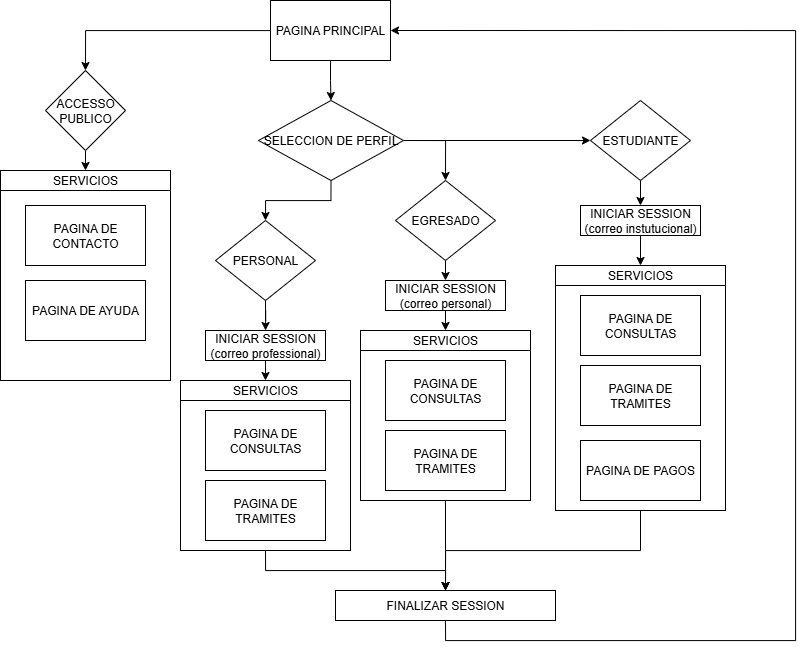
This is diagrama_flujo.drawio.png from F4JOV/uady-sig-dgjn, a draw.io export, as it was before one commit. Source tidied: cells renumbered, new cells last; positions are measured from the earlier drawing's top-left corner, leaving out a move shared by most shapes.
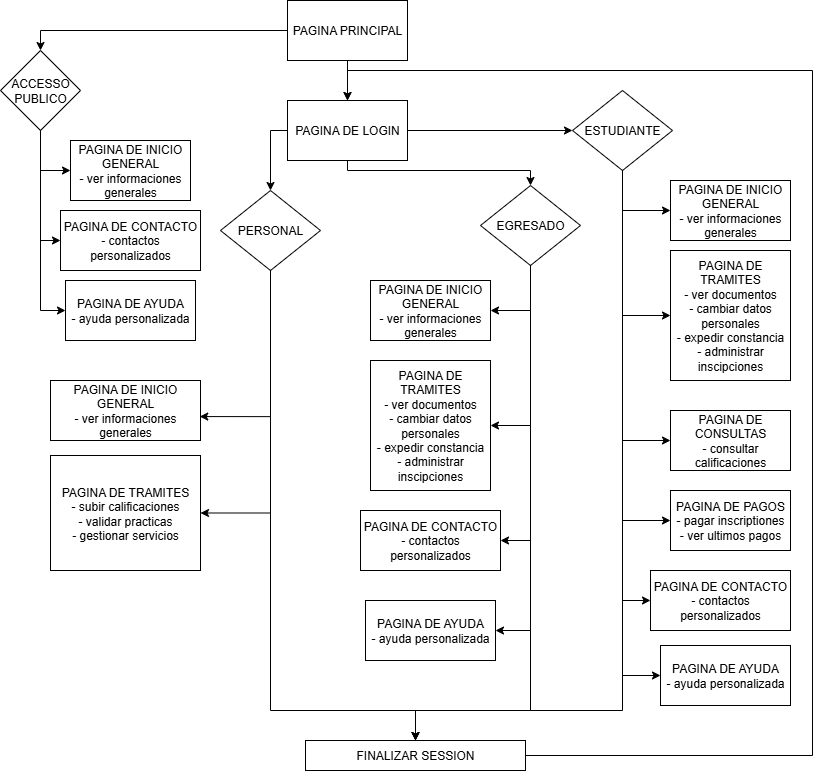
Later version of the same file.

What changed in the source:
```diff
@@ -5,137 +5,170 @@
     <mxCell id="2" style="edgeStyle=orthogonalEdgeStyle;rounded=0;jettySize=auto;html=1;entryX=0.5;entryY=0;entryDx=0;entryDy=0;" parent="1" edge="1" source="4" target="7">
       <mxGeometry relative="1" as="geometry" />
     </mxCell>
-    <mxCell id="3" style="edgeStyle=orthogonalEdgeStyle;rounded=0;jettySize=auto;html=1;" parent="1" edge="1" source="4" target="11">
+    <mxCell id="3" style="edgeStyle=orthogonalEdgeStyle;rounded=0;jettySize=auto;html=1;entryX=0.5;entryY=0;entryDx=0;entryDy=0;" parent="1" edge="1" source="4" target="45">
       <mxGeometry relative="1" as="geometry" />
     </mxCell>
     <mxCell id="4" value="PAGINA PRINCIPAL" style="rounded=0;whiteSpace=wrap;html=1;" parent="1" vertex="1">
       <mxGeometry x="270" width="120" height="60" as="geometry" />
     </mxCell>
-    <mxCell id="5" style="rounded=0;html=1;align=center;whiteSpace=wrap;labelPosition=center;verticalLabelPosition=middle;verticalAlign=middle;" parent="1" vertex="1">
-      <mxGeometry y="170" width="170" height="210" as="geometry" />
-    </mxCell>
-    <mxCell id="6" style="edgeStyle=orthogonalEdgeStyle;rounded=0;jettySize=auto;html=1;exitX=0.5;exitY=1;exitDx=0;exitDy=0;entryX=0.5;entryY=0;entryDx=0;entryDy=0;" parent="1" edge="1" source="7" target="5">
+    <mxCell id="6" style="edgeStyle=orthogonalEdgeStyle;rounded=0;jettySize=auto;html=1;exitX=0.5;exitY=1;exitDx=0;exitDy=0;entryX=0;entryY=0.5;entryDx=0;entryDy=0;" parent="1" edge="1" source="7" target="57">
       <mxGeometry relative="1" as="geometry" />
     </mxCell>
     <mxCell id="7" value="ACCESSO PUBLICO" style="rhombus;whiteSpace=wrap;html=1;" parent="1" vertex="1">
-      <mxGeometry x="45" y="70" width="80" height="80" as="geometry" />
+      <mxGeometry x="-17" y="50" width="80" height="80" as="geometry" />
     </mxCell>
-    <mxCell id="8" style="edgeStyle=orthogonalEdgeStyle;rounded=0;jettySize=auto;html=1;exitX=1;exitY=0.5;exitDx=0;exitDy=0;" parent="1" edge="1" source="11" target="13">
+    <mxCell id="8" style="edgeStyle=orthogonalEdgeStyle;rounded=0;jettySize=auto;html=1;exitX=1;exitY=0.5;exitDx=0;exitDy=0;" parent="1" edge="1" source="45" target="13">
       <mxGeometry relative="1" as="geometry" />
     </mxCell>
-    <mxCell id="9" style="edgeStyle=orthogonalEdgeStyle;rounded=0;jettySize=auto;html=1;entryX=0.5;entryY=0;entryDx=0;entryDy=0;exitX=1;exitY=0.5;exitDx=0;exitDy=0;" parent="1" edge="1" source="11" target="15">
-      <mxGeometry relative="1" as="geometry" />
+    <mxCell id="9" style="edgeStyle=orthogonalEdgeStyle;rounded=0;jettySize=auto;html=1;entryX=0.5;entryY=0;entryDx=0;entryDy=0;exitX=0.5;exitY=1;exitDx=0;exitDy=0;" parent="1" edge="1" source="45" target="15">
+      <mxGeometry relative="1" as="geometry">
+        <Array as="points">
+          <mxPoint x="330" y="170" />
+          <mxPoint x="513" y="170" />
+        </Array>
+      </mxGeometry>
     </mxCell>
-    <mxCell id="10" style="edgeStyle=orthogonalEdgeStyle;rounded=0;jettySize=auto;html=1;exitX=0.5;exitY=1;exitDx=0;exitDy=0;entryX=0.5;entryY=0;entryDx=0;entryDy=0;" parent="1" edge="1" source="11" target="17">
-      <mxGeometry relative="1" as="geometry" />
+    <mxCell id="10" style="edgeStyle=orthogonalEdgeStyle;rounded=0;jettySize=auto;html=1;exitX=0;exitY=0.5;exitDx=0;exitDy=0;entryX=0.5;entryY=0;entryDx=0;entryDy=0;" parent="1" edge="1" source="45" target="17">
+      <mxGeometry relative="1" as="geometry">
+        <Array as="points">
+          <mxPoint x="253" y="130" />
+        </Array>
+      </mxGeometry>
     </mxCell>
-    <mxCell id="11" value="SELECCION DE PERFIL" style="rhombus;whiteSpace=wrap;html=1;" parent="1" vertex="1">
-      <mxGeometry x="258" y="100" width="145" height="80" as="geometry" />
-    </mxCell>
-    <mxCell id="12" style="edgeStyle=orthogonalEdgeStyle;rounded=0;jettySize=auto;html=1;exitX=0.5;exitY=1;exitDx=0;exitDy=0;entryX=0.5;entryY=0;entryDx=0;entryDy=0;" parent="1" edge="1" source="13" target="19">
+    <mxCell id="12" style="edgeStyle=orthogonalEdgeStyle;rounded=0;jettySize=auto;html=1;exitX=0.5;exitY=1;exitDx=0;exitDy=0;entryX=0;entryY=0.5;entryDx=0;entryDy=0;" parent="1" edge="1" source="13" target="38">
       <mxGeometry relative="1" as="geometry" />
     </mxCell>
     <mxCell id="13" value="ESTUDIANTE" style="rhombus;whiteSpace=wrap;html=1;" parent="1" vertex="1">
-      <mxGeometry x="590" y="100" width="100" height="80" as="geometry" />
+      <mxGeometry x="555" y="90" width="100" height="80" as="geometry" />
     </mxCell>
-    <mxCell id="14" style="edgeStyle=orthogonalEdgeStyle;rounded=0;jettySize=auto;html=1;exitX=0.5;exitY=1;exitDx=0;exitDy=0;entryX=0.5;entryY=0;entryDx=0;entryDy=0;" parent="1" edge="1" source="15" target="21">
+    <mxCell id="14" style="edgeStyle=orthogonalEdgeStyle;rounded=0;jettySize=auto;html=1;exitX=0.5;exitY=1;exitDx=0;exitDy=0;entryX=1;entryY=0.5;entryDx=0;entryDy=0;" parent="1" edge="1" source="15" target="52">
       <mxGeometry relative="1" as="geometry" />
     </mxCell>
     <mxCell id="15" value="EGRESADO" style="rhombus;whiteSpace=wrap;html=1;" parent="1" vertex="1">
-      <mxGeometry x="395" y="180" width="100" height="80" as="geometry" />
+      <mxGeometry x="463" y="185" width="100" height="80" as="geometry" />
     </mxCell>
-    <mxCell id="16" style="edgeStyle=orthogonalEdgeStyle;rounded=0;jettySize=auto;html=1;exitX=0.5;exitY=1;exitDx=0;exitDy=0;" parent="1" edge="1" source="17" target="23">
+    <mxCell id="16" style="edgeStyle=orthogonalEdgeStyle;rounded=0;jettySize=auto;html=1;exitX=0.5;exitY=1;exitDx=0;exitDy=0;entryX=0.995;entryY=0.601;entryDx=0;entryDy=0;entryPerimeter=0;" parent="1" edge="1" source="17" target="66">
       <mxGeometry relative="1" as="geometry" />
     </mxCell>
     <mxCell id="17" value="PERSONAL" style="rhombus;whiteSpace=wrap;html=1;" parent="1" vertex="1">
-      <mxGeometry x="215" y="220" width="100" height="80" as="geometry" />
+      <mxGeometry x="203" y="190" width="100" height="80" as="geometry" />
     </mxCell>
-    <mxCell id="18" style="edgeStyle=orthogonalEdgeStyle;rounded=0;jettySize=auto;html=1;entryX=0.5;entryY=0;entryDx=0;entryDy=0;" parent="1" edge="1" source="19" target="37">
-      <mxGeometry relative="1" as="geometry" />
-    </mxCell>
-    <mxCell id="19" value="INICIAR SESSION&lt;br&gt;(correo instutucional)" style="rounded=0;whiteSpace=wrap;html=1;" parent="1" vertex="1">
-      <mxGeometry x="580" y="205" width="120" height="30" as="geometry" />
-    </mxCell>
-    <mxCell id="20" style="edgeStyle=orthogonalEdgeStyle;rounded=0;jettySize=auto;html=1;exitX=0.5;exitY=1;exitDx=0;exitDy=0;entryX=0.5;entryY=0;entryDx=0;entryDy=0;" parent="1" edge="1" source="21" target="32">
-      <mxGeometry relative="1" as="geometry" />
-    </mxCell>
-    <mxCell id="21" value="INICIAR SESSION&lt;br&gt;(correo personal)" style="rounded=0;whiteSpace=wrap;html=1;" parent="1" vertex="1">
-      <mxGeometry x="385" y="280" width="120" height="30" as="geometry" />
-    </mxCell>
-    <mxCell id="22" style="edgeStyle=orthogonalEdgeStyle;rounded=0;jettySize=auto;html=1;exitX=0.5;exitY=1;exitDx=0;exitDy=0;entryX=0.5;entryY=0;entryDx=0;entryDy=0;" parent="1" edge="1" source="23" target="43">
-      <mxGeometry relative="1" as="geometry" />
-    </mxCell>
-    <mxCell id="23" value="INICIAR SESSION&lt;br&gt;(correo professional)" style="rounded=0;whiteSpace=wrap;html=1;" parent="1" vertex="1">
-      <mxGeometry x="205" y="330" width="120" height="30" as="geometry" />
-    </mxCell>
-    <mxCell id="24" style="edgeStyle=orthogonalEdgeStyle;rounded=0;jettySize=auto;html=1;exitX=0.5;exitY=1;exitDx=0;exitDy=0;entryX=1;entryY=0.5;entryDx=0;entryDy=0;" parent="1" edge="1" source="25" target="4">
+    <mxCell id="24" style="edgeStyle=orthogonalEdgeStyle;rounded=0;jettySize=auto;html=1;exitX=1;exitY=0.5;exitDx=0;exitDy=0;entryX=0.5;entryY=0;entryDx=0;entryDy=0;" parent="1" edge="1" source="25" target="45">
       <mxGeometry relative="1" as="geometry">
         <Array as="points">
-          <mxPoint x="445" y="640" />
-          <mxPoint x="795" y="640" />
-          <mxPoint x="795" y="30" />
+          <mxPoint x="795" y="755" />
+          <mxPoint x="795" y="70" />
+          <mxPoint x="330" y="70" />
         </Array>
       </mxGeometry>
     </mxCell>
     <mxCell id="25" value="FINALIZAR SESSION" style="rounded=0;whiteSpace=wrap;html=1;" parent="1" vertex="1">
-      <mxGeometry x="335" y="590" width="220" height="30" as="geometry" />
+      <mxGeometry x="288" y="740" width="220" height="30" as="geometry" />
     </mxCell>
-    <mxCell id="26" value="PAGINA DE CONTACTO" style="rounded=0;whiteSpace=wrap;html=1;" parent="1" vertex="1">
-      <mxGeometry x="25" y="205" width="120" height="60" as="geometry" />
-    </mxCell>
-    <mxCell id="27" value="SERVICIOS" style="rounded=0;whiteSpace=wrap;html=1;strokeColor=default;" parent="1" vertex="1">
-      <mxGeometry y="170" width="170" height="20" as="geometry" />
-    </mxCell>
-    <mxCell id="28" value="PAGINA DE AYUDA" style="rounded=0;whiteSpace=wrap;html=1;" parent="1" vertex="1">
-      <mxGeometry x="25" y="280" width="120" height="60" as="geometry" />
-    </mxCell>
-    <mxCell id="29" style="edgeStyle=orthogonalEdgeStyle;rounded=0;jettySize=auto;html=1;exitX=0.5;exitY=1;exitDx=0;exitDy=0;entryX=0.5;entryY=0;entryDx=0;entryDy=0;" parent="1" edge="1" source="30" target="25">
-      <mxGeometry relative="1" as="geometry" />
-    </mxCell>
-    <mxCell id="30" style="rounded=0;html=1;align=center;whiteSpace=wrap;labelPosition=center;verticalLabelPosition=middle;verticalAlign=middle;" parent="1" vertex="1">
-      <mxGeometry x="360" y="330" width="170" height="170" as="geometry" />
-    </mxCell>
-    <mxCell id="31" value="PAGINA DE TRAMITES" style="rounded=0;whiteSpace=wrap;html=1;" parent="1" vertex="1">
-      <mxGeometry x="385" y="430" width="120" height="60" as="geometry" />
-    </mxCell>
-    <mxCell id="32" value="SERVICIOS" style="rounded=0;whiteSpace=wrap;html=1;strokeColor=default;" parent="1" vertex="1">
-      <mxGeometry x="360" y="330" width="170" height="20" as="geometry" />
-    </mxCell>
-    <mxCell id="33" value="PAGINA DE CONSULTAS" style="rounded=0;whiteSpace=wrap;html=1;" parent="1" vertex="1">
-      <mxGeometry x="385" y="360" width="120" height="60" as="geometry" />
-    </mxCell>
-    <mxCell id="34" style="edgeStyle=orthogonalEdgeStyle;rounded=0;jettySize=auto;html=1;entryX=0.5;entryY=0;entryDx=0;entryDy=0;" parent="1" edge="1" source="35" target="25">
-      <mxGeometry relative="1" as="geometry" />
-    </mxCell>
-    <mxCell id="35" style="rounded=0;html=1;align=center;whiteSpace=wrap;labelPosition=center;verticalLabelPosition=middle;verticalAlign=middle;" parent="1" vertex="1">
-      <mxGeometry x="555" y="265" width="170" height="245" as="geometry" />
-    </mxCell>
-    <mxCell id="36" value="PAGINA DE TRAMITES" style="rounded=0;whiteSpace=wrap;html=1;" parent="1" vertex="1">
-      <mxGeometry x="580" y="365" width="120" height="60" as="geometry" />
+    <mxCell id="36" value="PAGINA DE CONSULTAS&lt;br&gt;- consultar calificaciones" style="rounded=0;whiteSpace=wrap;html=1;" parent="1" vertex="1">
+      <mxGeometry x="653" y="410" width="120" height="60" as="geometry" />
     </mxCell>
-    <mxCell id="37" value="SERVICIOS" style="rounded=0;whiteSpace=wrap;html=1;strokeColor=default;" parent="1" vertex="1">
-      <mxGeometry x="555" y="265" width="170" height="20" as="geometry" />
-    </mxCell>
-    <mxCell id="38" value="PAGINA DE CONSULTAS" style="rounded=0;whiteSpace=wrap;html=1;" parent="1" vertex="1">
-      <mxGeometry x="580" y="295" width="120" height="60" as="geometry" />
+    <mxCell id="38" value="PAGINA DE TRAMITES&lt;br&gt;- ver documentos&lt;br&gt;- cambiar datos personales&lt;br&gt;- expedir constancia&lt;br&gt;- administrar inscipciones" style="rounded=0;whiteSpace=wrap;html=1;" parent="1" vertex="1">
+      <mxGeometry x="653" y="250" width="120" height="130" as="geometry" />
     </mxCell>
-    <mxCell id="39" value="PAGINA DE PAGOS" style="rounded=0;whiteSpace=wrap;html=1;" parent="1" vertex="1">
-      <mxGeometry x="580" y="440" width="120" height="60" as="geometry" />
+    <mxCell id="39" value="PAGINA DE PAGOS&lt;br&gt;- pagar inscriptiones&lt;br&gt;- ver ultimos pagos" style="rounded=0;whiteSpace=wrap;html=1;" parent="1" vertex="1">
+      <mxGeometry x="653" y="490" width="120" height="60" as="geometry" />
     </mxCell>
-    <mxCell id="40" style="edgeStyle=orthogonalEdgeStyle;rounded=0;jettySize=auto;html=1;exitX=0.5;exitY=1;exitDx=0;exitDy=0;entryX=0.5;entryY=0;entryDx=0;entryDy=0;" parent="1" edge="1" source="41" target="25">
-      <mxGeometry relative="1" as="geometry" />
-    </mxCell>
-    <mxCell id="41" style="rounded=0;html=1;align=center;whiteSpace=wrap;labelPosition=center;verticalLabelPosition=middle;verticalAlign=middle;" parent="1" vertex="1">
-      <mxGeometry x="180" y="380" width="170" height="170" as="geometry" />
-    </mxCell>
-    <mxCell id="42" value="PAGINA DE TRAMITES" style="rounded=0;whiteSpace=wrap;html=1;" parent="1" vertex="1">
-      <mxGeometry x="205" y="480" width="120" height="60" as="geometry" />
-    </mxCell>
-    <mxCell id="43" value="SERVICIOS" style="rounded=0;whiteSpace=wrap;html=1;strokeColor=default;" parent="1" vertex="1">
-      <mxGeometry x="180" y="380" width="170" height="20" as="geometry" />
-    </mxCell>
-    <mxCell id="44" value="PAGINA DE CONSULTAS" style="rounded=0;whiteSpace=wrap;html=1;" parent="1" vertex="1">
-      <mxGeometry x="205" y="410" width="120" height="60" as="geometry" />
-    </mxCell>
+    <mxCell id="45" value="PAGINA DE LOGIN" style="rounded=0;whiteSpace=wrap;html=1;" parent="1" vertex="1">
+      <mxGeometry x="270" y="100" width="120" height="60" as="geometry" />
+    </mxCell>
+    <mxCell id="46" style="edgeStyle=orthogonalEdgeStyle;rounded=0;jettySize=auto;html=1;exitX=0.5;exitY=1;exitDx=0;exitDy=0;entryX=0;entryY=0.5;entryDx=0;entryDy=0;" parent="1" edge="1" source="13" target="36">
+      <mxGeometry relative="1" as="geometry" />
+    </mxCell>
+    <mxCell id="47" style="edgeStyle=orthogonalEdgeStyle;rounded=0;jettySize=auto;html=1;entryX=0;entryY=0.5;entryDx=0;entryDy=0;exitX=0.5;exitY=1;exitDx=0;exitDy=0;" parent="1" edge="1" source="13" target="39">
+      <mxGeometry relative="1" as="geometry" />
+    </mxCell>
+    <mxCell id="48" value="PAGINA DE CONTACTO&lt;br&gt;- contactos personalizados" style="rounded=0;whiteSpace=wrap;html=1;" parent="1" vertex="1">
+      <mxGeometry x="633" y="570" width="140" height="60" as="geometry" />
+    </mxCell>
+    <mxCell id="49" value="PAGINA DE AYUDA&lt;br&gt;- ayuda personalizada" style="rounded=0;whiteSpace=wrap;html=1;" parent="1" vertex="1">
+      <mxGeometry x="643" y="645" width="130" height="60" as="geometry" />
+    </mxCell>
+    <mxCell id="50" style="edgeStyle=orthogonalEdgeStyle;rounded=0;jettySize=auto;html=1;entryX=0;entryY=0.5;entryDx=0;entryDy=0;exitX=0.5;exitY=1;exitDx=0;exitDy=0;" parent="1" edge="1" source="13" target="48">
+      <mxGeometry relative="1" as="geometry" />
+    </mxCell>
+    <mxCell id="51" style="edgeStyle=orthogonalEdgeStyle;rounded=0;jettySize=auto;html=1;entryX=0;entryY=0.5;entryDx=0;entryDy=0;exitX=0.5;exitY=1;exitDx=0;exitDy=0;" parent="1" edge="1" source="13" target="49">
+      <mxGeometry relative="1" as="geometry" />
+    </mxCell>
+    <mxCell id="52" value="PAGINA DE TRAMITES&lt;br&gt;- ver documentos&lt;br&gt;- cambiar datos personales&lt;br&gt;- expedir constancia&lt;br&gt;- administrar inscipciones" style="rounded=0;whiteSpace=wrap;html=1;" parent="1" vertex="1">
+      <mxGeometry x="353" y="360" width="120" height="130" as="geometry" />
+    </mxCell>
+    <mxCell id="53" value="PAGINA DE CONTACTO&lt;br&gt;- contactos personalizados" style="rounded=0;whiteSpace=wrap;html=1;" parent="1" vertex="1">
+      <mxGeometry x="343" y="510" width="140" height="60" as="geometry" />
+    </mxCell>
+    <mxCell id="54" value="PAGINA DE AYUDA&lt;br&gt;- ayuda personalizada" style="rounded=0;whiteSpace=wrap;html=1;" parent="1" vertex="1">
+      <mxGeometry x="348" y="600" width="130" height="60" as="geometry" />
+    </mxCell>
+    <mxCell id="55" style="edgeStyle=orthogonalEdgeStyle;rounded=0;jettySize=auto;html=1;exitX=0.5;exitY=1;exitDx=0;exitDy=0;entryX=1;entryY=0.5;entryDx=0;entryDy=0;" parent="1" edge="1" source="15" target="53">
+      <mxGeometry relative="1" as="geometry" />
+    </mxCell>
+    <mxCell id="56" style="edgeStyle=orthogonalEdgeStyle;rounded=0;jettySize=auto;html=1;exitX=0.5;exitY=1;exitDx=0;exitDy=0;entryX=1;entryY=0.5;entryDx=0;entryDy=0;" parent="1" edge="1" source="15" target="54">
+      <mxGeometry relative="1" as="geometry" />
+    </mxCell>
+    <mxCell id="57" value="PAGINA DE CONTACTO&lt;br&gt;- contactos personalizados" style="rounded=0;whiteSpace=wrap;html=1;" parent="1" vertex="1">
+      <mxGeometry x="43" y="210" width="140" height="60" as="geometry" />
+    </mxCell>
+    <mxCell id="58" value="PAGINA DE AYUDA&lt;br&gt;- ayuda personalizada" style="rounded=0;whiteSpace=wrap;html=1;" parent="1" vertex="1">
+      <mxGeometry x="48" y="280" width="130" height="60" as="geometry" />
+    </mxCell>
+    <mxCell id="59" style="edgeStyle=orthogonalEdgeStyle;rounded=0;jettySize=auto;html=1;exitX=0.5;exitY=1;exitDx=0;exitDy=0;entryX=0;entryY=0.5;entryDx=0;entryDy=0;" parent="1" edge="1" source="7" target="58">
+      <mxGeometry relative="1" as="geometry" />
+    </mxCell>
+    <mxCell id="60" value="PAGINA DE INICIO GENERAL&lt;br&gt;- ver informaciones generales" style="rounded=0;whiteSpace=wrap;html=1;" parent="1" vertex="1">
+      <mxGeometry x="653" y="180" width="120" height="60" as="geometry" />
+    </mxCell>
+    <mxCell id="61" style="edgeStyle=orthogonalEdgeStyle;rounded=0;jettySize=auto;html=1;exitX=0.5;exitY=1;exitDx=0;exitDy=0;entryX=0;entryY=0.5;entryDx=0;entryDy=0;" parent="1" edge="1" source="13" target="60">
+      <mxGeometry relative="1" as="geometry" />
+    </mxCell>
+    <mxCell id="62" value="PAGINA DE INICIO GENERAL&lt;br&gt;- ver informaciones generales" style="rounded=0;whiteSpace=wrap;html=1;" parent="1" vertex="1">
+      <mxGeometry x="353" y="280" width="120" height="60" as="geometry" />
+    </mxCell>
+    <mxCell id="63" style="edgeStyle=orthogonalEdgeStyle;rounded=0;jettySize=auto;html=1;exitX=0.5;exitY=1;exitDx=0;exitDy=0;entryX=1;entryY=0.5;entryDx=0;entryDy=0;" parent="1" edge="1" source="15" target="62">
+      <mxGeometry relative="1" as="geometry" />
+    </mxCell>
+    <mxCell id="64" value="PAGINA DE INICIO GENERAL&lt;br&gt;- ver informaciones generales" style="rounded=0;whiteSpace=wrap;html=1;" parent="1" vertex="1">
+      <mxGeometry x="53" y="140" width="120" height="60" as="geometry" />
+    </mxCell>
+    <mxCell id="65" style="edgeStyle=orthogonalEdgeStyle;rounded=0;jettySize=auto;html=1;exitX=0.5;exitY=1;exitDx=0;exitDy=0;entryX=0;entryY=0.5;entryDx=0;entryDy=0;" parent="1" edge="1" source="7" target="64">
+      <mxGeometry relative="1" as="geometry" />
+    </mxCell>
+    <mxCell id="66" value="PAGINA DE INICIO GENERAL&lt;br&gt;- ver informaciones generales" style="rounded=0;whiteSpace=wrap;html=1;" parent="1" vertex="1">
+      <mxGeometry x="33" y="380" width="150" height="60" as="geometry" />
+    </mxCell>
+    <mxCell id="67" value="PAGINA DE TRAMITES&lt;br&gt;- subir calificaciones&lt;br&gt;- validar practicas&lt;br&gt;- gestionar servicios" style="rounded=0;whiteSpace=wrap;html=1;" parent="1" vertex="1">
+      <mxGeometry x="33" y="455" width="150" height="115" as="geometry" />
+    </mxCell>
+    <mxCell id="68" style="edgeStyle=orthogonalEdgeStyle;rounded=0;jettySize=auto;html=1;exitX=0.5;exitY=1;exitDx=0;exitDy=0;entryX=1;entryY=0.5;entryDx=0;entryDy=0;" parent="1" edge="1" source="17" target="67">
+      <mxGeometry relative="1" as="geometry" />
+    </mxCell>
+    <mxCell id="69" style="edgeStyle=orthogonalEdgeStyle;rounded=0;jettySize=auto;html=1;exitX=0.5;exitY=1;exitDx=0;exitDy=0;" parent="1" edge="1" source="13" target="25">
+      <mxGeometry relative="1" as="geometry">
+        <Array as="points">
+          <mxPoint x="605" y="710" />
+          <mxPoint x="398" y="710" />
+        </Array>
+      </mxGeometry>
+    </mxCell>
+    <mxCell id="70" style="edgeStyle=orthogonalEdgeStyle;rounded=0;jettySize=auto;html=1;entryX=0.5;entryY=0;entryDx=0;entryDy=0;exitX=0.5;exitY=1;exitDx=0;exitDy=0;" parent="1" edge="1" source="15" target="25">
+      <mxGeometry relative="1" as="geometry">
+        <Array as="points">
+          <mxPoint x="513" y="710" />
+          <mxPoint x="398" y="710" />
+        </Array>
+      </mxGeometry>
+    </mxCell>
+    <mxCell id="71" style="edgeStyle=orthogonalEdgeStyle;rounded=0;jettySize=auto;html=1;exitX=0.5;exitY=1;exitDx=0;exitDy=0;entryX=0.5;entryY=0;entryDx=0;entryDy=0;" parent="1" edge="1" source="17" target="25">
+      <mxGeometry relative="1" as="geometry">
+        <Array as="points">
+          <mxPoint x="253" y="710" />
+          <mxPoint x="398" y="710" />
+        </Array>
+      </mxGeometry>
+    </mxCell>
   </root>
 </mxGraphModel>
```
